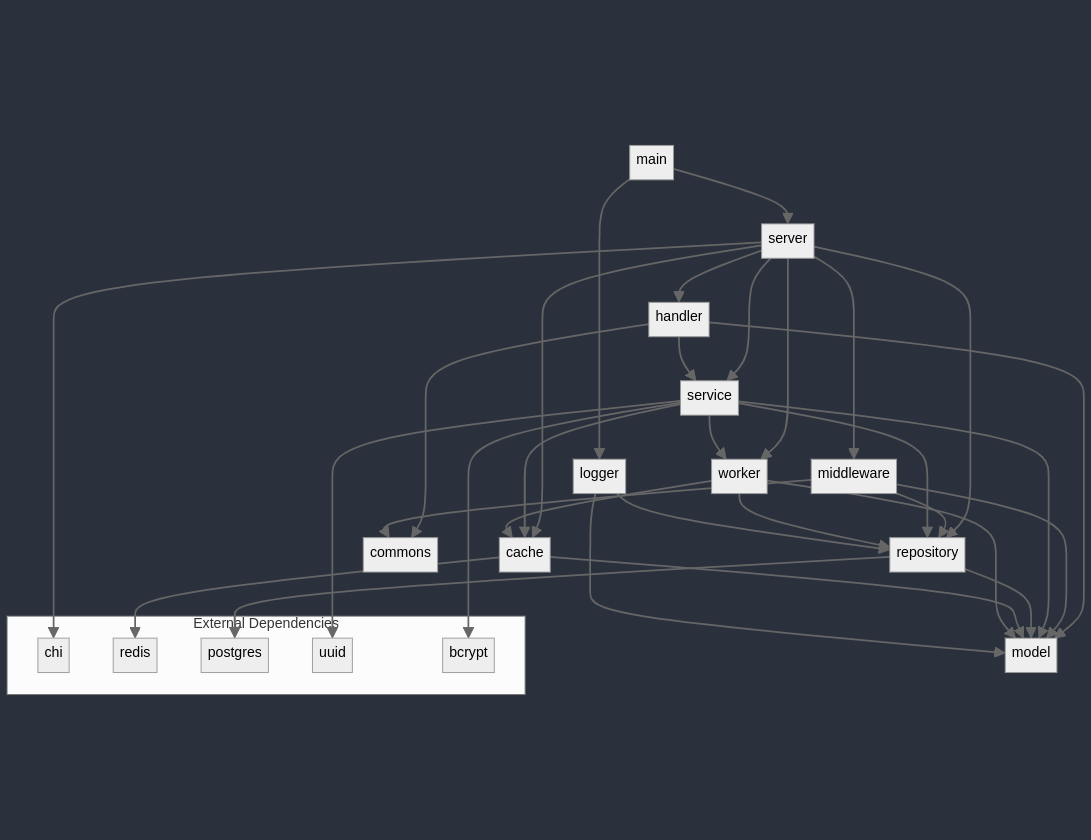
The Mermaid diagram docs/dependency-map/dependency-map.png in lutefd/currency-api, before a commit. Its source is kept beside it as docs/dependency-map/dependency-map.mermaid.
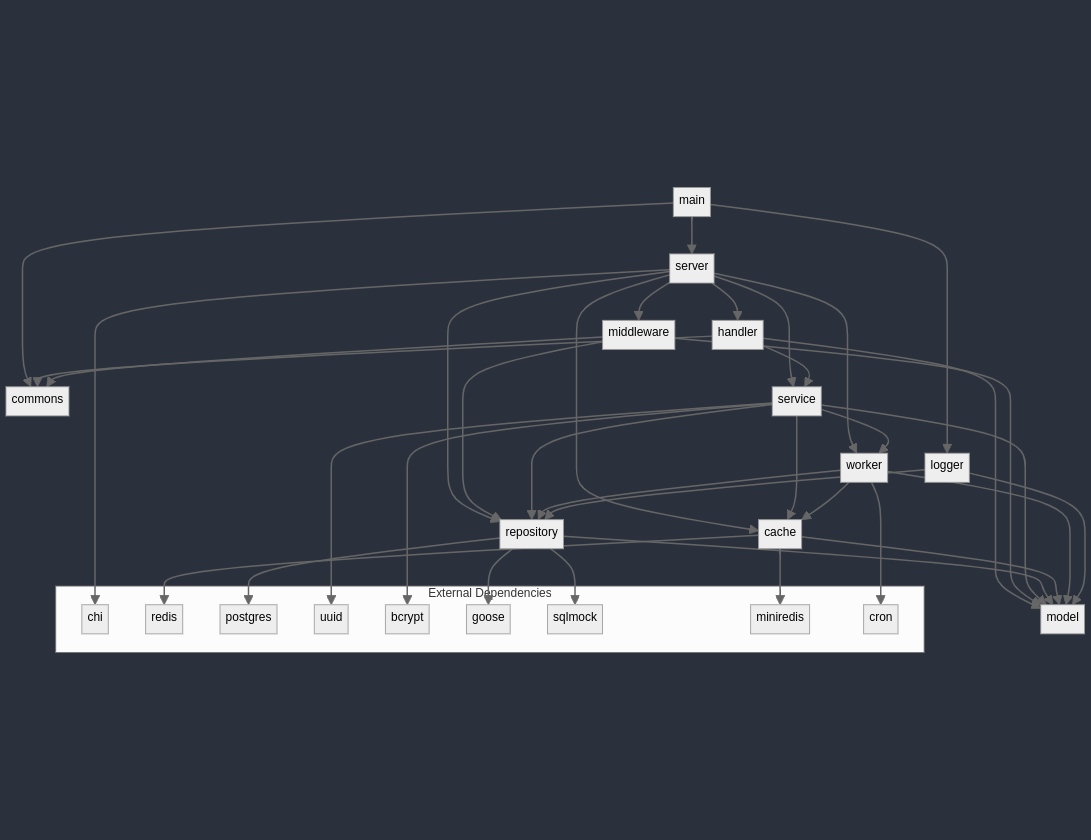
The same file after the commit.

Commit message:
docs(models/maps): update c4 model and dependency map to reflect previous changes

The edit, as a diff of the source:
```diff
@@ -1,37 +1,38 @@
 graph TD
     A[main] --> B[server]
     A --> C[logger]
+    A --> D[commons]
 
-    B --> D[handler]
-    B --> E[middleware]
-    B --> F[service]
-    B --> G[repository]
-    B --> H[cache]
-    B --> I[worker]
-
-    D --> F
-    D --> J[model]
-    D --> K[commons]
+    B --> E[handler]
+    B --> F[middleware]
+    B --> G[service]
+    B --> H[repository]
+    B --> I[cache]
+    B --> J[worker]
 
     E --> G
-    E --> J
-    E --> K
+    E --> K[model]
+    E --> D
 
-    F --> G
     F --> H
-    F --> I
-    F --> J
+    F --> K
+    F --> D
 
+    G --> H
+    G --> I
     G --> J
+    G --> K
 
-    H --> J
+    H --> K
 
-    I --> J
-    I --> G
-    I --> H
+    I --> K
 
-    C --> G
-    C --> J
+    J --> K
+    J --> H
+    J --> I
+
+    C --> H
+    C --> K
 
     subgraph External Dependencies
         L[chi]
@@ -39,10 +40,18 @@
         N[postgres]
         O[uuid]
         P[bcrypt]
+        Q[goose]
+        R[sqlmock]
+        S[miniredis]
+        T[cron]
     end
 
     B --> L
-    H --> M
-    G --> N
-    F --> O
-    F --> P
+    I --> M
+    H --> N
+    G --> O
+    G --> P
+    H --> Q
+    H --> R
+    I --> S
+    J --> T
```
